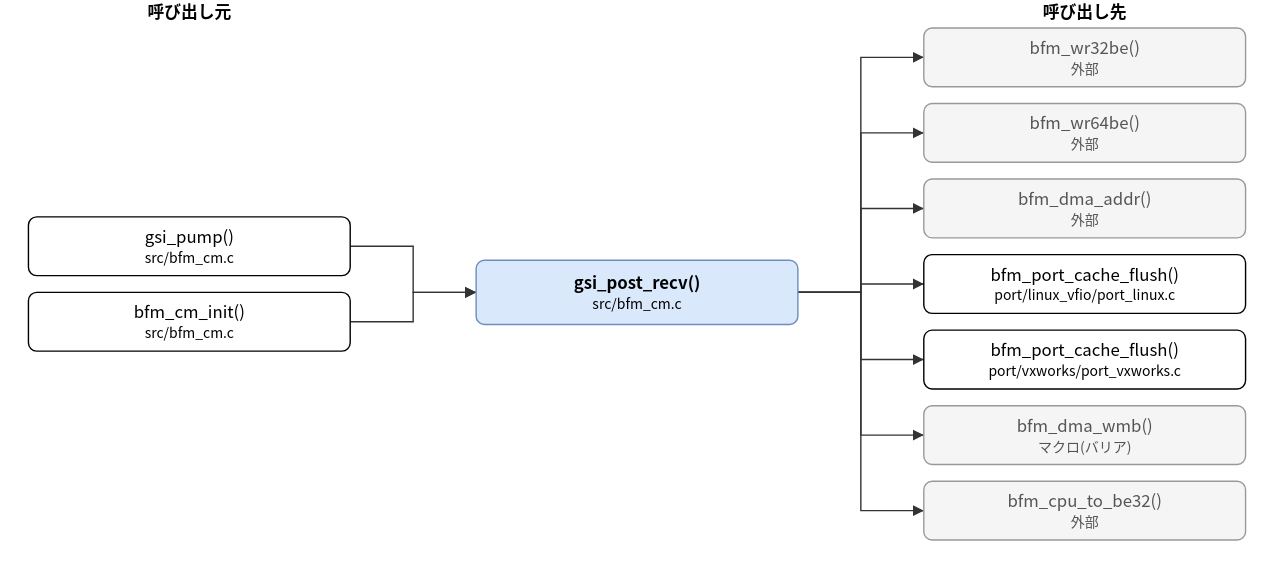
hf355051012-ai/bfmem keeps this draw.io diagram as doc/spec/images/call_src_bfm_cm__gsi_post_recv.drawio.svg. Above is the earlier version. Source tidied: cells renumbered, new cells last; positions are measured from the earlier drawing's top-left corner, leaving out a move shared by most shapes.
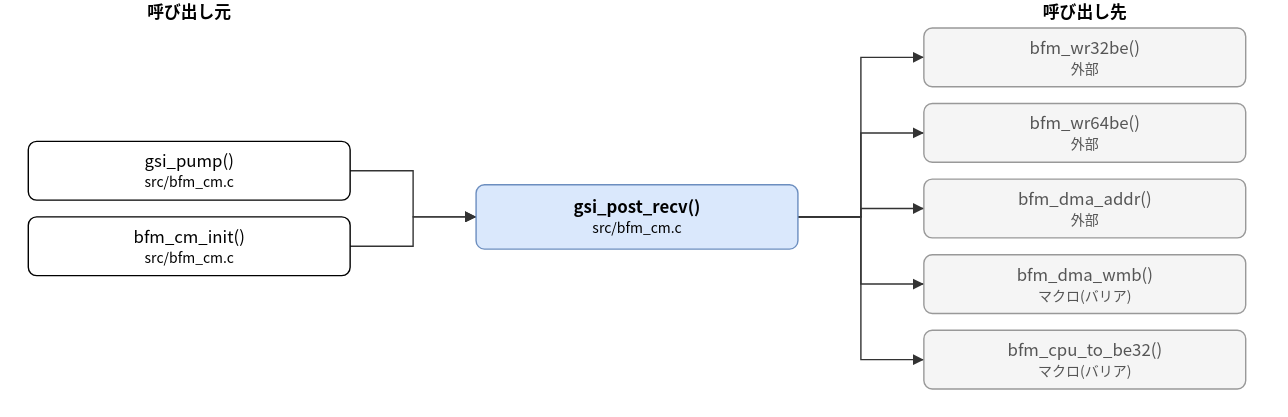
After the change.

Change to the diagram source:
```diff
@@ -3,13 +3,13 @@
     <mxCell id="0" />
     <mxCell id="1" parent="0" />
     <mxCell id="2" value="gsi_post_recv()&lt;br&gt;&lt;font style=&quot;font-size:10px&quot;&gt;src/bfm_cm.c&lt;/font&gt;" style="rounded=1;whiteSpace=wrap;html=1;fillColor=#dae8fc;strokeColor=#6c8ebf;fontStyle=1;" parent="1" vertex="1">
-      <mxGeometry x="320" y="186" width="230" height="46" as="geometry" />
+      <mxGeometry x="320" y="132" width="230" height="46" as="geometry" />
     </mxCell>
     <mxCell id="3" value="gsi_pump()&lt;br&gt;&lt;font style=&quot;font-size:10px&quot;&gt;src/bfm_cm.c&lt;/font&gt;" style="rounded=1;whiteSpace=wrap;html=1;" parent="1" vertex="1">
-      <mxGeometry y="155" width="230" height="42" as="geometry" />
+      <mxGeometry y="101" width="230" height="42" as="geometry" />
     </mxCell>
     <mxCell id="4" value="bfm_cm_init()&lt;br&gt;&lt;font style=&quot;font-size:10px&quot;&gt;src/bfm_cm.c&lt;/font&gt;" style="rounded=1;whiteSpace=wrap;html=1;" parent="1" vertex="1">
-      <mxGeometry y="209" width="230" height="42" as="geometry" />
+      <mxGeometry y="155" width="230" height="42" as="geometry" />
     </mxCell>
     <mxCell id="5" value="bfm_wr32be()&lt;br&gt;&lt;font style=&quot;font-size:10px&quot;&gt;外部&lt;/font&gt;" style="rounded=1;whiteSpace=wrap;html=1;fillColor=#f5f5f5;strokeColor=#999999;fontColor=#555555;" parent="1" vertex="1">
       <mxGeometry x="640" y="20" width="230" height="42" as="geometry" />
@@ -20,38 +20,32 @@
     <mxCell id="7" value="bfm_dma_addr()&lt;br&gt;&lt;font style=&quot;font-size:10px&quot;&gt;外部&lt;/font&gt;" style="rounded=1;whiteSpace=wrap;html=1;fillColor=#f5f5f5;strokeColor=#999999;fontColor=#555555;" parent="1" vertex="1">
       <mxGeometry x="640" y="128" width="230" height="42" as="geometry" />
     </mxCell>
-    <mxCell id="8" value="bfm_port_cache_flush()&lt;br&gt;&lt;font style=&quot;font-size:10px&quot;&gt;port/linux_vfio/port_linux.c&lt;/font&gt;" style="rounded=1;whiteSpace=wrap;html=1;" parent="1" vertex="1">
+    <mxCell id="8" value="bfm_dma_wmb()&lt;br&gt;&lt;font style=&quot;font-size:10px&quot;&gt;マクロ(バリア)&lt;/font&gt;" style="rounded=1;whiteSpace=wrap;html=1;fillColor=#f5f5f5;strokeColor=#999999;fontColor=#555555;" parent="1" vertex="1">
       <mxGeometry x="640" y="182" width="230" height="42" as="geometry" />
     </mxCell>
-    <mxCell id="9" value="bfm_port_cache_flush()&lt;br&gt;&lt;font style=&quot;font-size:10px&quot;&gt;port/vxworks/port_vxworks.c&lt;/font&gt;" style="rounded=1;whiteSpace=wrap;html=1;" parent="1" vertex="1">
+    <mxCell id="9" value="bfm_cpu_to_be32()&lt;br&gt;&lt;font style=&quot;font-size:10px&quot;&gt;マクロ(バリア)&lt;/font&gt;" style="rounded=1;whiteSpace=wrap;html=1;fillColor=#f5f5f5;strokeColor=#999999;fontColor=#555555;" parent="1" vertex="1">
       <mxGeometry x="640" y="236" width="230" height="42" as="geometry" />
     </mxCell>
-    <mxCell id="10" value="bfm_dma_wmb()&lt;br&gt;&lt;font style=&quot;font-size:10px&quot;&gt;マクロ(バリア)&lt;/font&gt;" style="rounded=1;whiteSpace=wrap;html=1;fillColor=#f5f5f5;strokeColor=#999999;fontColor=#555555;" parent="1" vertex="1">
-      <mxGeometry x="640" y="290" width="230" height="42" as="geometry" />
-    </mxCell>
-    <mxCell id="11" value="bfm_cpu_to_be32()&lt;br&gt;&lt;font style=&quot;font-size:10px&quot;&gt;外部&lt;/font&gt;" style="rounded=1;whiteSpace=wrap;html=1;fillColor=#f5f5f5;strokeColor=#999999;fontColor=#555555;" parent="1" vertex="1">
-      <mxGeometry x="640" y="344" width="230" height="42" as="geometry" />
-    </mxCell>
     <mxCell id="12" style="edgeStyle=none;html=1;rounded=0;endArrow=block;endFill=1;exitX=1.0000;exitY=0.5000;exitDx=0;exitDy=0;exitPerimeter=0;entryX=0.0000;entryY=0.5000;entryDx=0;entryDy=0;entryPerimeter=0;" parent="1" edge="1" source="3" target="2">
       <mxGeometry relative="1" as="geometry">
         <Array as="points">
-          <mxPoint x="275" y="176" />
-          <mxPoint x="275" y="209" />
+          <mxPoint x="275" y="122" />
+          <mxPoint x="275" y="155" />
         </Array>
       </mxGeometry>
     </mxCell>
     <mxCell id="13" style="edgeStyle=none;html=1;rounded=0;endArrow=block;endFill=1;exitX=1.0000;exitY=0.5000;exitDx=0;exitDy=0;exitPerimeter=0;entryX=0.0000;entryY=0.5000;entryDx=0;entryDy=0;entryPerimeter=0;" parent="1" edge="1" source="4" target="2">
       <mxGeometry relative="1" as="geometry">
         <Array as="points">
-          <mxPoint x="275" y="230" />
-          <mxPoint x="275" y="209" />
+          <mxPoint x="275" y="176" />
+          <mxPoint x="275" y="155" />
         </Array>
       </mxGeometry>
     </mxCell>
     <mxCell id="14" style="edgeStyle=none;html=1;rounded=0;endArrow=block;endFill=1;exitX=1.0000;exitY=0.5000;exitDx=0;exitDy=0;exitPerimeter=0;entryX=0.0000;entryY=0.5000;entryDx=0;entryDy=0;entryPerimeter=0;" parent="1" edge="1" source="2" target="5">
       <mxGeometry relative="1" as="geometry">
         <Array as="points">
-          <mxPoint x="595" y="209" />
+          <mxPoint x="595" y="155" />
           <mxPoint x="595" y="41" />
         </Array>
       </mxGeometry>
@@ -59,7 +53,7 @@
     <mxCell id="15" style="edgeStyle=none;html=1;rounded=0;endArrow=block;endFill=1;exitX=1.0000;exitY=0.5000;exitDx=0;exitDy=0;exitPerimeter=0;entryX=0.0000;entryY=0.5000;entryDx=0;entryDy=0;entryPerimeter=0;" parent="1" edge="1" source="2" target="6">
       <mxGeometry relative="1" as="geometry">
         <Array as="points">
-          <mxPoint x="595" y="209" />
+          <mxPoint x="595" y="155" />
           <mxPoint x="595" y="95" />
         </Array>
       </mxGeometry>
@@ -67,7 +61,7 @@
     <mxCell id="16" style="edgeStyle=none;html=1;rounded=0;endArrow=block;endFill=1;exitX=1.0000;exitY=0.5000;exitDx=0;exitDy=0;exitPerimeter=0;entryX=0.0000;entryY=0.5000;entryDx=0;entryDy=0;entryPerimeter=0;" parent="1" edge="1" source="2" target="7">
       <mxGeometry relative="1" as="geometry">
         <Array as="points">
-          <mxPoint x="595" y="209" />
+          <mxPoint x="595" y="155" />
           <mxPoint x="595" y="149" />
         </Array>
       </mxGeometry>
@@ -75,7 +69,7 @@
     <mxCell id="17" style="edgeStyle=none;html=1;rounded=0;endArrow=block;endFill=1;exitX=1.0000;exitY=0.5000;exitDx=0;exitDy=0;exitPerimeter=0;entryX=0.0000;entryY=0.5000;entryDx=0;entryDy=0;entryPerimeter=0;" parent="1" edge="1" source="2" target="8">
       <mxGeometry relative="1" as="geometry">
         <Array as="points">
-          <mxPoint x="595" y="209" />
+          <mxPoint x="595" y="155" />
           <mxPoint x="595" y="203" />
         </Array>
       </mxGeometry>
@@ -83,27 +77,11 @@
     <mxCell id="18" style="edgeStyle=none;html=1;rounded=0;endArrow=block;endFill=1;exitX=1.0000;exitY=0.5000;exitDx=0;exitDy=0;exitPerimeter=0;entryX=0.0000;entryY=0.5000;entryDx=0;entryDy=0;entryPerimeter=0;" parent="1" edge="1" source="2" target="9">
       <mxGeometry relative="1" as="geometry">
         <Array as="points">
-          <mxPoint x="595" y="209" />
+          <mxPoint x="595" y="155" />
           <mxPoint x="595" y="257" />
         </Array>
       </mxGeometry>
     </mxCell>
-    <mxCell id="19" style="edgeStyle=none;html=1;rounded=0;endArrow=block;endFill=1;exitX=1.0000;exitY=0.5000;exitDx=0;exitDy=0;exitPerimeter=0;entryX=0.0000;entryY=0.5000;entryDx=0;entryDy=0;entryPerimeter=0;" parent="1" edge="1" source="2" target="10">
-      <mxGeometry relative="1" as="geometry">
-        <Array as="points">
-          <mxPoint x="595" y="209" />
-          <mxPoint x="595" y="311" />
-        </Array>
-      </mxGeometry>
-    </mxCell>
-    <mxCell id="20" style="edgeStyle=none;html=1;rounded=0;endArrow=block;endFill=1;exitX=1.0000;exitY=0.5000;exitDx=0;exitDy=0;exitPerimeter=0;entryX=0.0000;entryY=0.5000;entryDx=0;entryDy=0;entryPerimeter=0;" parent="1" edge="1" source="2" target="11">
-      <mxGeometry relative="1" as="geometry">
-        <Array as="points">
-          <mxPoint x="595" y="209" />
-          <mxPoint x="595" y="365" />
-        </Array>
-      </mxGeometry>
-    </mxCell>
     <mxCell id="21" value="呼び出し元" style="text;html=1;align=center;fontStyle=1;" parent="1" vertex="1">
       <mxGeometry x="35" width="160" height="18" as="geometry" />
     </mxCell>
```
